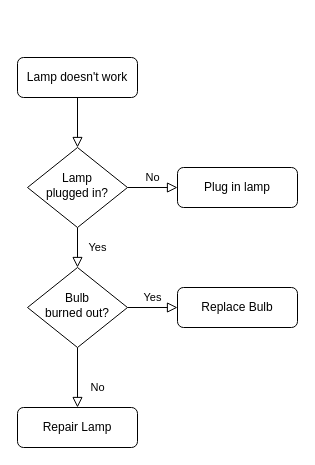
This is Diagrama sin título.drawio from Menaamoon/Examen1, a draw.io file, before an edit. Source tidied: cells renumbered, new cells numbered last; positions are measured from the earlier drawing's top-left corner, leaving out a move shared by most shapes. Both pictures are drawn from the tidied source at 100%, with x=0, y=0 at pixel (17, 57).
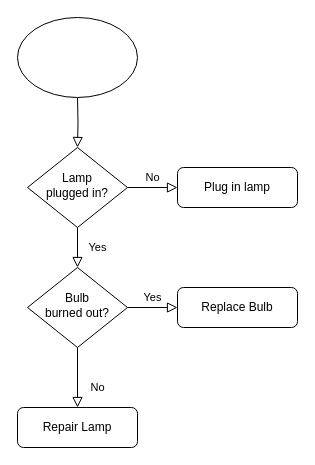
The same page after the edit.

Diff of the diagram source:
```diff
@@
 <mxGraphModel>
   <root>
     <mxCell id="0" />
     <mxCell id="1" parent="0" />
-    <mxCell id="2" style="rounded=0;html=1;jettySize=auto;fontSize=11;endArrow=block;endFill=0;endSize=8;strokeWidth=1;shadow=0;labelBackgroundColor=none;edgeStyle=orthogonalEdgeStyle;" parent="1" edge="1" source="3" target="6">
-      <mxGeometry relative="1" as="geometry" />
+    <mxCell id="2" style="rounded=0;html=1;jettySize=auto;fontSize=11;endArrow=block;endFill=0;endSize=8;strokeWidth=1;shadow=0;labelBackgroundColor=none;edgeStyle=orthogonalEdgeStyle;" parent="1" edge="1" target="6">
+      <mxGeometry relative="1" as="geometry">
+        <mxPoint x="60" y="40" as="sourcePoint" />
+      </mxGeometry>
     </mxCell>
-    <mxCell id="3" value="Lamp doesn't work" style="rounded=1;whiteSpace=wrap;html=1;fontSize=12;glass=0;strokeWidth=1;shadow=0;" parent="1" vertex="1">
-      <mxGeometry width="120" height="40" as="geometry" />
-    </mxCell>
     <mxCell id="4" value="Yes" style="rounded=0;html=1;jettySize=auto;fontSize=11;endArrow=block;endFill=0;endSize=8;strokeWidth=1;shadow=0;labelBackgroundColor=none;edgeStyle=orthogonalEdgeStyle;" parent="1" edge="1" source="6" target="10">
       <mxGeometry y="20" relative="1" as="geometry" />
     </mxCell>
     <mxCell id="5" value="No" style="edgeStyle=orthogonalEdgeStyle;rounded=0;html=1;jettySize=auto;fontSize=11;endArrow=block;endFill=0;endSize=8;strokeWidth=1;shadow=0;labelBackgroundColor=none;" parent="1" edge="1" source="6" target="7">
       <mxGeometry y="10" relative="1" as="geometry" />
     </mxCell>
     <mxCell id="6" value="Lamp&lt;br&gt;plugged in?" style="rhombus;whiteSpace=wrap;html=1;shadow=0;fontFamily=Helvetica;fontSize=12;align=center;strokeWidth=1;spacing=6;spacingTop=-4;" parent="1" vertex="1">
       <mxGeometry x="10" y="90" width="100" height="80" as="geometry" />
     </mxCell>
     <mxCell id="7" value="Plug in lamp" style="rounded=1;whiteSpace=wrap;html=1;fontSize=12;glass=0;strokeWidth=1;shadow=0;" parent="1" vertex="1">
       <mxGeometry x="160" y="110" width="120" height="40" as="geometry" />
     </mxCell>
     <mxCell id="8" value="No" style="rounded=0;html=1;jettySize=auto;fontSize=11;endArrow=block;endFill=0;endSize=8;strokeWidth=1;shadow=0;labelBackgroundColor=none;edgeStyle=orthogonalEdgeStyle;" parent="1" edge="1" source="10" target="11">
       <mxGeometry x="0.33" y="20" relative="1" as="geometry" />
     </mxCell>
     <mxCell id="9" value="Yes" style="edgeStyle=orthogonalEdgeStyle;rounded=0;html=1;jettySize=auto;fontSize=11;endArrow=block;endFill=0;endSize=8;strokeWidth=1;shadow=0;labelBackgroundColor=none;" parent="1" edge="1" source="10" target="12">
       <mxGeometry y="10" relative="1" as="geometry" />
     </mxCell>
     <mxCell id="10" value="Bulb&lt;br&gt;burned out?" style="rhombus;whiteSpace=wrap;html=1;shadow=0;fontFamily=Helvetica;fontSize=12;align=center;strokeWidth=1;spacing=6;spacingTop=-4;" parent="1" vertex="1">
       <mxGeometry x="10" y="210" width="100" height="80" as="geometry" />
     </mxCell>
     <mxCell id="11" value="Repair Lamp" style="rounded=1;whiteSpace=wrap;html=1;fontSize=12;glass=0;strokeWidth=1;shadow=0;" parent="1" vertex="1">
       <mxGeometry y="350" width="120" height="40" as="geometry" />
     </mxCell>
     <mxCell id="12" value="Replace Bulb" style="rounded=1;whiteSpace=wrap;html=1;fontSize=12;glass=0;strokeWidth=1;shadow=0;" parent="1" vertex="1">
       <mxGeometry x="160" y="230" width="120" height="40" as="geometry" />
     </mxCell>
+    <mxCell id="13" style="ellipse;whiteSpace=wrap;html=1;" parent="1" vertex="1">
+      <mxGeometry y="-40" width="120" height="80" as="geometry" />
+    </mxCell>
   </root>
 </mxGraphModel>
```
